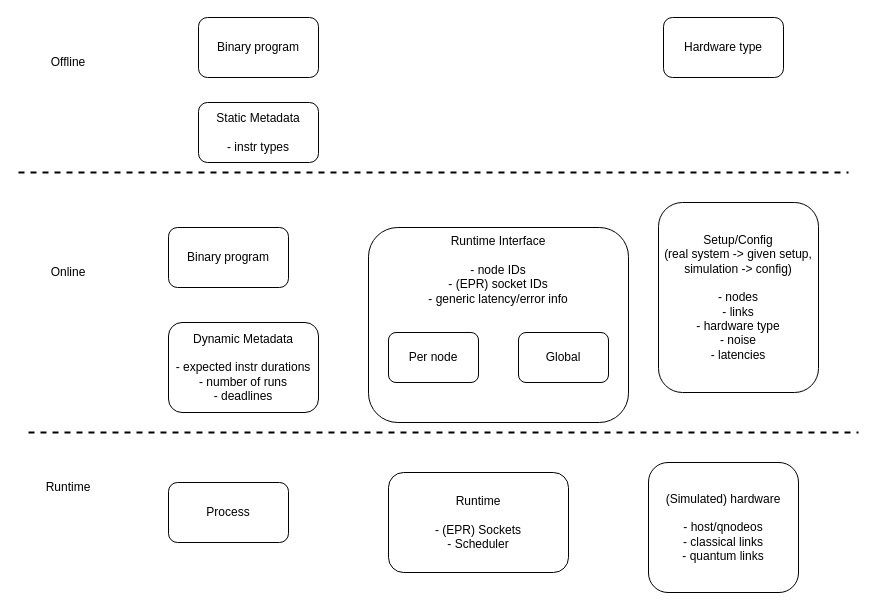
QuTech-Delft/squidasm keeps this draw.io diagram as squidasm/qoala/arch/qoala-runtime-data.drawio. Above is the earlier version. Source tidied: cells renumbered, new cells numbered last; positions are measured from the earlier drawing's top-left corner, leaving out a move shared by most shapes. Both pictures are drawn from the tidied source at 100%, with x=0, y=0 at pixel (18, 17).
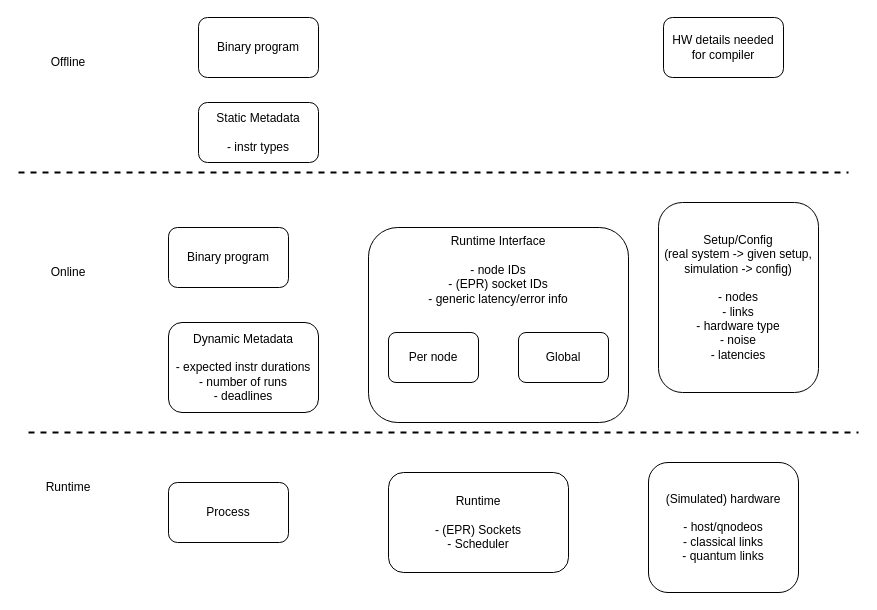
After the change.

What changed in the source:
```diff
@@
-    <mxCell id="15" value="Hardware type" style="rounded=1;whiteSpace=wrap;html=1;" parent="1" vertex="1">
+    <mxCell id="15" value="HW details needed for compiler" style="rounded=1;whiteSpace=wrap;html=1;" parent="1" vertex="1">
       <mxGeometry x="645" width="120" height="60" as="geometry" />
     </mxCell>
```
